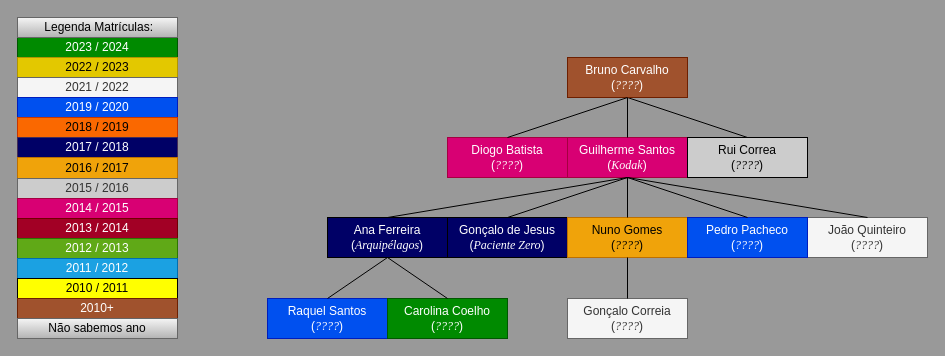
Before: Draw.io/Familia_do_Bruno_Carvalho.drawio in pdmtmr/PDMTMRTESTLOCATION-AKA-ARBUSTO, a draw.io diagram. Source tidied: cells renumbered, new cells numbered last; positions are measured from the earlier drawing's top-left corner, leaving out a move shared by most shapes. Both pictures are drawn from the tidied source at 100%, with x=0, y=0 at pixel (17, 17).
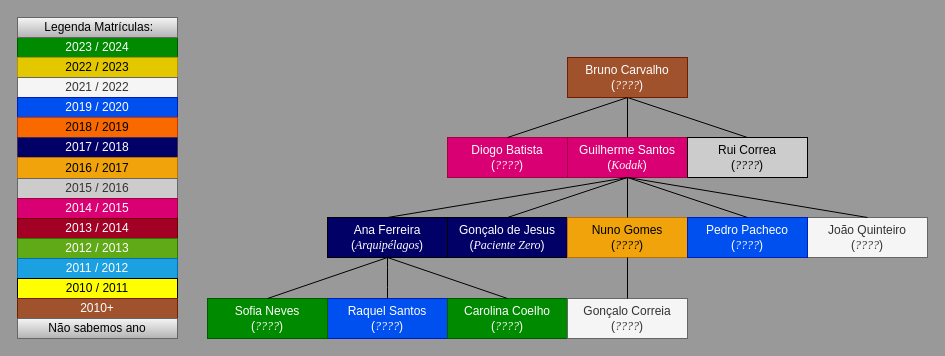
Above is the later version.

The change refers to these unchanged cells:
```xml
<mxCell id="19" value="&lt;div&gt;&lt;span style=&quot;background-color: initial;&quot;&gt;Ana Ferreira&lt;/span&gt;&lt;/div&gt;&lt;div&gt;&lt;span style=&quot;background-color: initial;&quot;&gt;(&lt;font face=&quot;Times New Roman&quot;&gt;&lt;i&gt;Arquipélagos&lt;/i&gt;&lt;/font&gt;&lt;/span&gt;&lt;span style=&quot;background-color: initial;&quot;&gt;)&lt;/span&gt;&lt;/div&gt;" style="rounded=0;whiteSpace=wrap;html=1;fillColor=#000066;fontColor=#FFFFFF;" parent="1" vertex="1">
  <mxGeometry x="310" y="200" width="120" height="40" as="geometry" />
</mxCell>
```

Diff of the diagram source:
```diff
@@
     <mxCell id="20" value="&lt;div&gt;&lt;span style=&quot;background-color: initial;&quot;&gt;Raquel Santos&lt;/span&gt;&lt;/div&gt;&lt;div&gt;&lt;span style=&quot;background-color: initial;&quot;&gt;(&lt;/span&gt;&lt;i style=&quot;background-color: initial;&quot;&gt;&lt;font face=&quot;Times New Roman&quot;&gt;????&lt;/font&gt;&lt;/i&gt;&lt;span style=&quot;background-color: initial;&quot;&gt;)&lt;/span&gt;&lt;/div&gt;" style="rounded=0;whiteSpace=wrap;html=1;fillColor=#0050ef;fontColor=#ffffff;strokeColor=#001DBC;" parent="1" vertex="1">
-      <mxGeometry x="250" y="281" width="120" height="40" as="geometry" />
+      <mxGeometry x="310" y="281" width="120" height="40" as="geometry" />
     </mxCell>
     <mxCell id="21" value="&lt;div&gt;&lt;span style=&quot;background-color: initial;&quot;&gt;Carolina Coelho&lt;/span&gt;&lt;/div&gt;&lt;div&gt;&lt;span style=&quot;background-color: initial;&quot;&gt;(&lt;/span&gt;&lt;i style=&quot;background-color: initial;&quot;&gt;&lt;font face=&quot;Times New Roman&quot;&gt;????&lt;/font&gt;&lt;/i&gt;&lt;span style=&quot;background-color: initial;&quot;&gt;)&lt;/span&gt;&lt;/div&gt;" style="rounded=0;whiteSpace=wrap;html=1;fillColor=#008a00;fontColor=#ffffff;strokeColor=#005700;" parent="1" vertex="1">
-      <mxGeometry x="370" y="281" width="120" height="40" as="geometry" />
+      <mxGeometry x="430" y="281" width="120" height="40" as="geometry" />
     </mxCell>
@@
     <mxCell id="25" style="endArrow=none;html=1;fontColor=#FFFFFF;exitX=0.5;exitY=0;exitDx=0;exitDy=0;entryX=0.5;entryY=1;entryDx=0;entryDy=0;" parent="1" edge="1" source="20" target="19">
-      <mxGeometry relative="1" as="geometry" />
+      <mxGeometry relative="1" as="geometry">
+        <Array as="points">
+          <mxPoint x="370" y="260" />
+        </Array>
+      </mxGeometry>
     </mxCell>
@@
+    <mxCell id="41" value="&lt;div&gt;&lt;span style=&quot;background-color: initial;&quot;&gt;Sofia Neves&lt;/span&gt;&lt;/div&gt;&lt;div&gt;&lt;span style=&quot;background-color: initial;&quot;&gt;(&lt;/span&gt;&lt;i style=&quot;background-color: initial;&quot;&gt;&lt;font face=&quot;Times New Roman&quot;&gt;????&lt;/font&gt;&lt;/i&gt;&lt;span style=&quot;background-color: initial;&quot;&gt;)&lt;/span&gt;&lt;/div&gt;" style="rounded=0;whiteSpace=wrap;html=1;fillColor=#008a00;fontColor=#ffffff;strokeColor=#005700;" parent="1" vertex="1">
+      <mxGeometry x="190" y="281" width="120" height="40" as="geometry" />
+    </mxCell>
+    <mxCell id="42" style="endArrow=none;html=1;fontColor=#FFFFFF;exitX=0.5;exitY=1;exitDx=0;exitDy=0;entryX=0.5;entryY=0;entryDx=0;entryDy=0;" parent="1" edge="1" source="19" target="41">
+      <mxGeometry relative="1" as="geometry" />
+    </mxCell>
```
